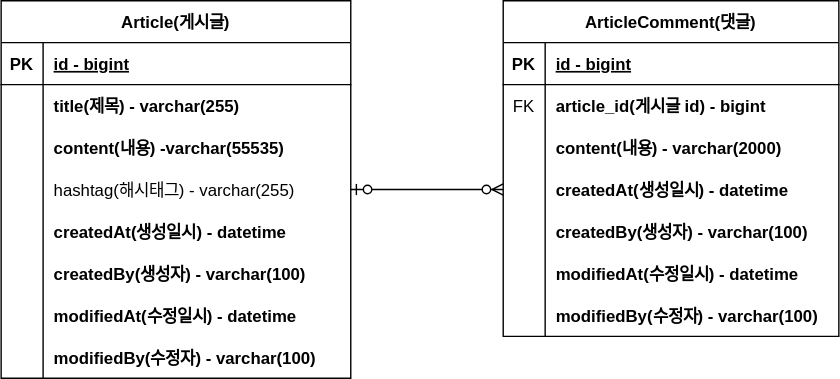
Above: document/project-board-erd.svg in astrataraxia/fastcampus-project-board (draw.io), before the change. Source tidied: cells renumbered, new cells last; positions are measured from the earlier drawing's top-left corner, leaving out a move shared by most shapes.
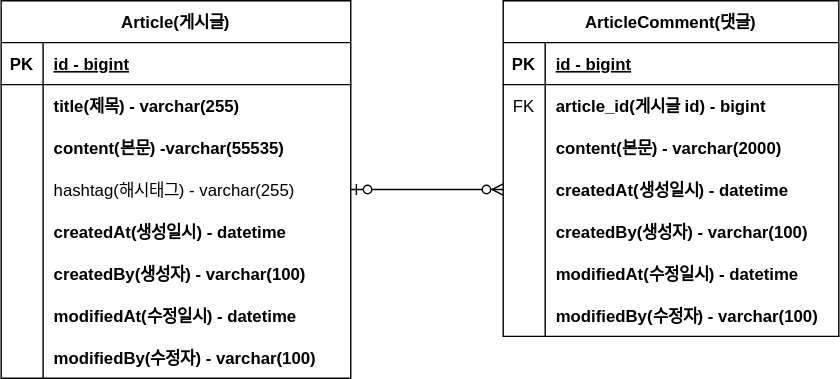
Later version of the same file.

Commit message:
#9 - 주석 업데이트 : project-board-erd.svg

What changed in the source:
```diff
@@ -29,7 +29,7 @@
     <mxCell id="10" style="shape=partialRectangle;overflow=hidden;fillColor=none;top=0;left=0;bottom=0;right=0;" parent="9" vertex="1">
       <mxGeometry width="30" height="30" as="geometry" />
     </mxCell>
-    <mxCell id="11" value="content(내용) -varchar(55535)" style="shape=partialRectangle;overflow=hidden;fillColor=none;top=0;left=0;bottom=0;right=0;align=left;spacingLeft=6;fontStyle=1;" parent="9" vertex="1">
+    <mxCell id="11" value="content(본문) -varchar(55535)" style="shape=partialRectangle;overflow=hidden;fillColor=none;top=0;left=0;bottom=0;right=0;align=left;spacingLeft=6;fontStyle=1;" parent="9" vertex="1">
       <mxGeometry x="30" width="220" height="30" as="geometry" />
     </mxCell>
     <mxCell id="12" style="shape=partialRectangle;fillColor=none;points=[[0,0.5],[1,0.5]];portConstraint=eastwest;top=0;left=0;right=0;bottom=0;" parent="2" vertex="1">
@@ -104,7 +104,7 @@
     <mxCell id="35" style="shape=partialRectangle;overflow=hidden;fillColor=none;top=0;left=0;bottom=0;right=0;" parent="34" vertex="1">
       <mxGeometry width="30" height="30" as="geometry" />
     </mxCell>
-    <mxCell id="36" value="content(내용) - varchar(2000)" style="shape=partialRectangle;overflow=hidden;fillColor=none;top=0;left=0;bottom=0;right=0;align=left;spacingLeft=6;fontStyle=1;" parent="34" vertex="1">
+    <mxCell id="36" value="content(본문) - varchar(2000)" style="shape=partialRectangle;overflow=hidden;fillColor=none;top=0;left=0;bottom=0;right=0;align=left;spacingLeft=6;fontStyle=1;" parent="34" vertex="1">
       <mxGeometry x="30" width="210" height="30" as="geometry" />
     </mxCell>
     <mxCell id="37" style="shape=partialRectangle;fillColor=none;points=[[0,0.5],[1,0.5]];portConstraint=eastwest;top=0;left=0;right=0;bottom=0;" parent="27" vertex="1">
```
